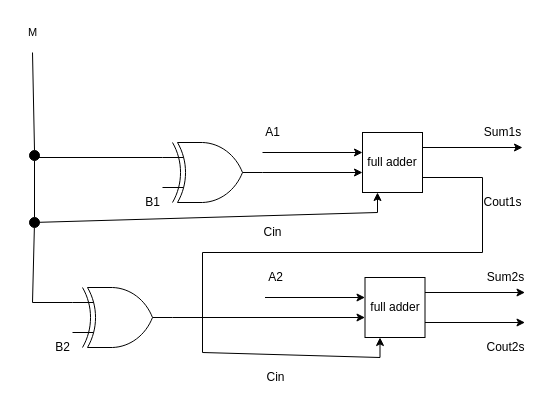
Above: 4-20/4-20.drawio in Samuel-Webster-178/TEJ3M-Unit4 (draw.io), before the change. Source tidied: cells renumbered, new cells numbered last; positions are measured from the earlier drawing's top-left corner, leaving out a move shared by most shapes. Both pictures are drawn from the tidied source at 100%, with x=0, y=0 at pixel (17, 17).
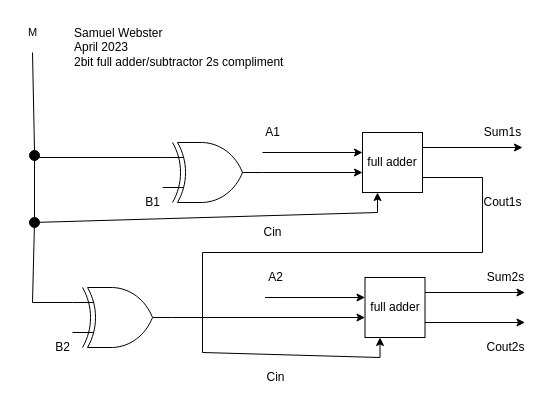
After the change.

Change to the diagram source:
```diff
@@
+    <mxCell id="32" value="Samuel Webster&lt;br&gt;April 2023&lt;br&gt;2bit full adder/subtractor 2s compliment" style="text;html=1;align=left;verticalAlign=middle;strokeColor=none;fillColor=none;" parent="1" vertex="1">
+      <mxGeometry x="55" width="240" height="60" as="geometry" />
+    </mxCell>
```
